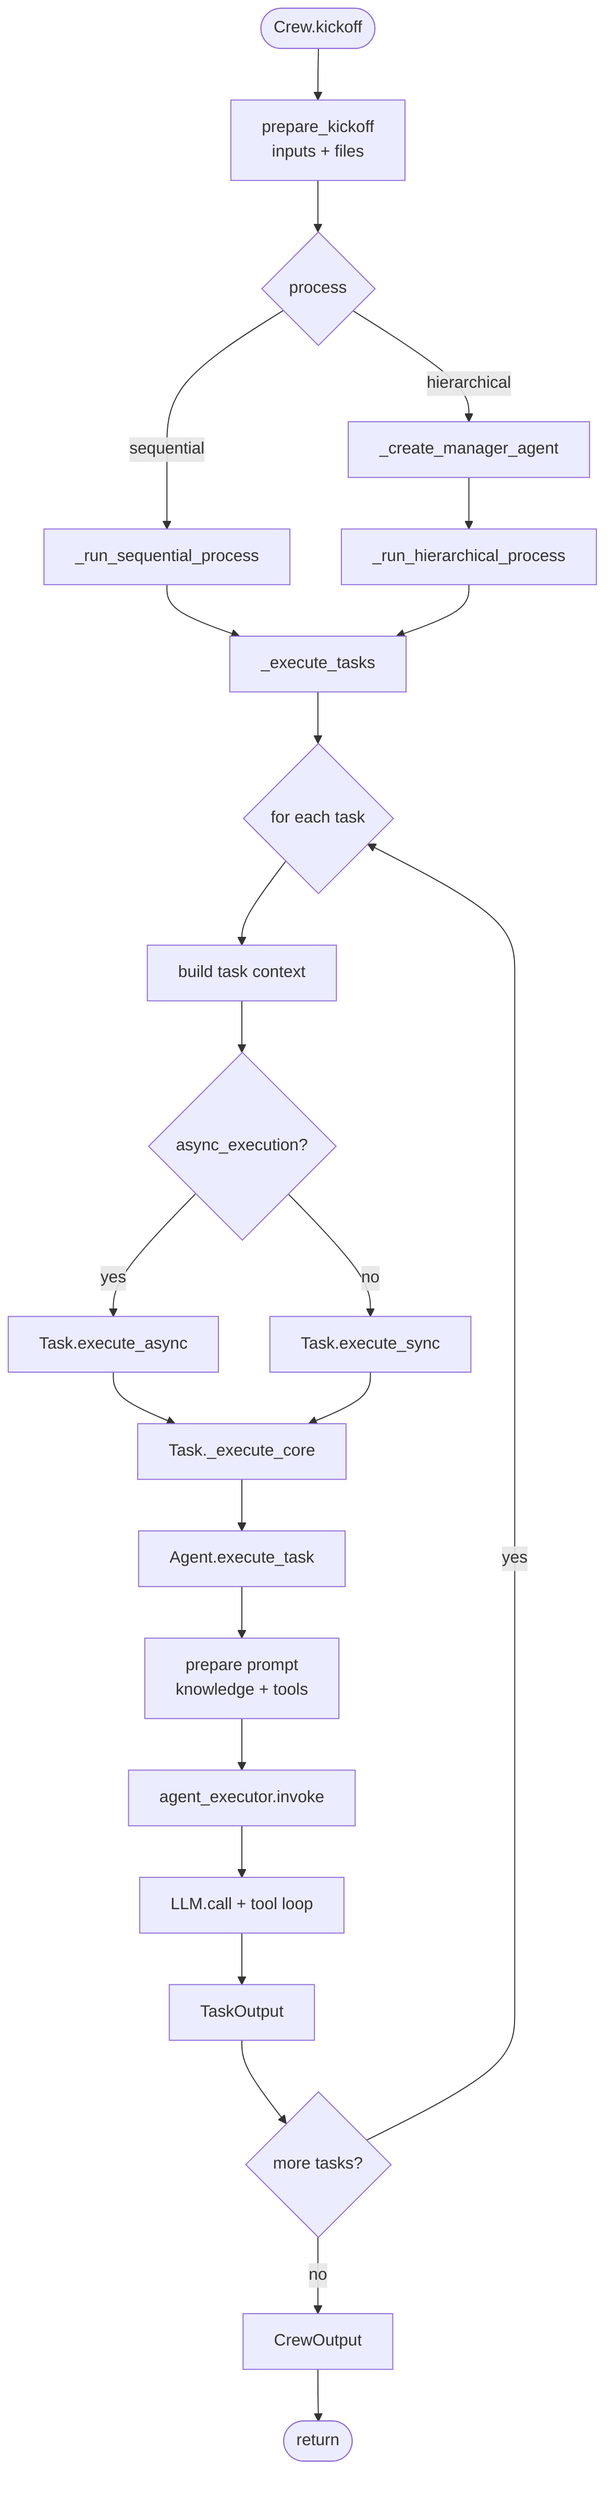
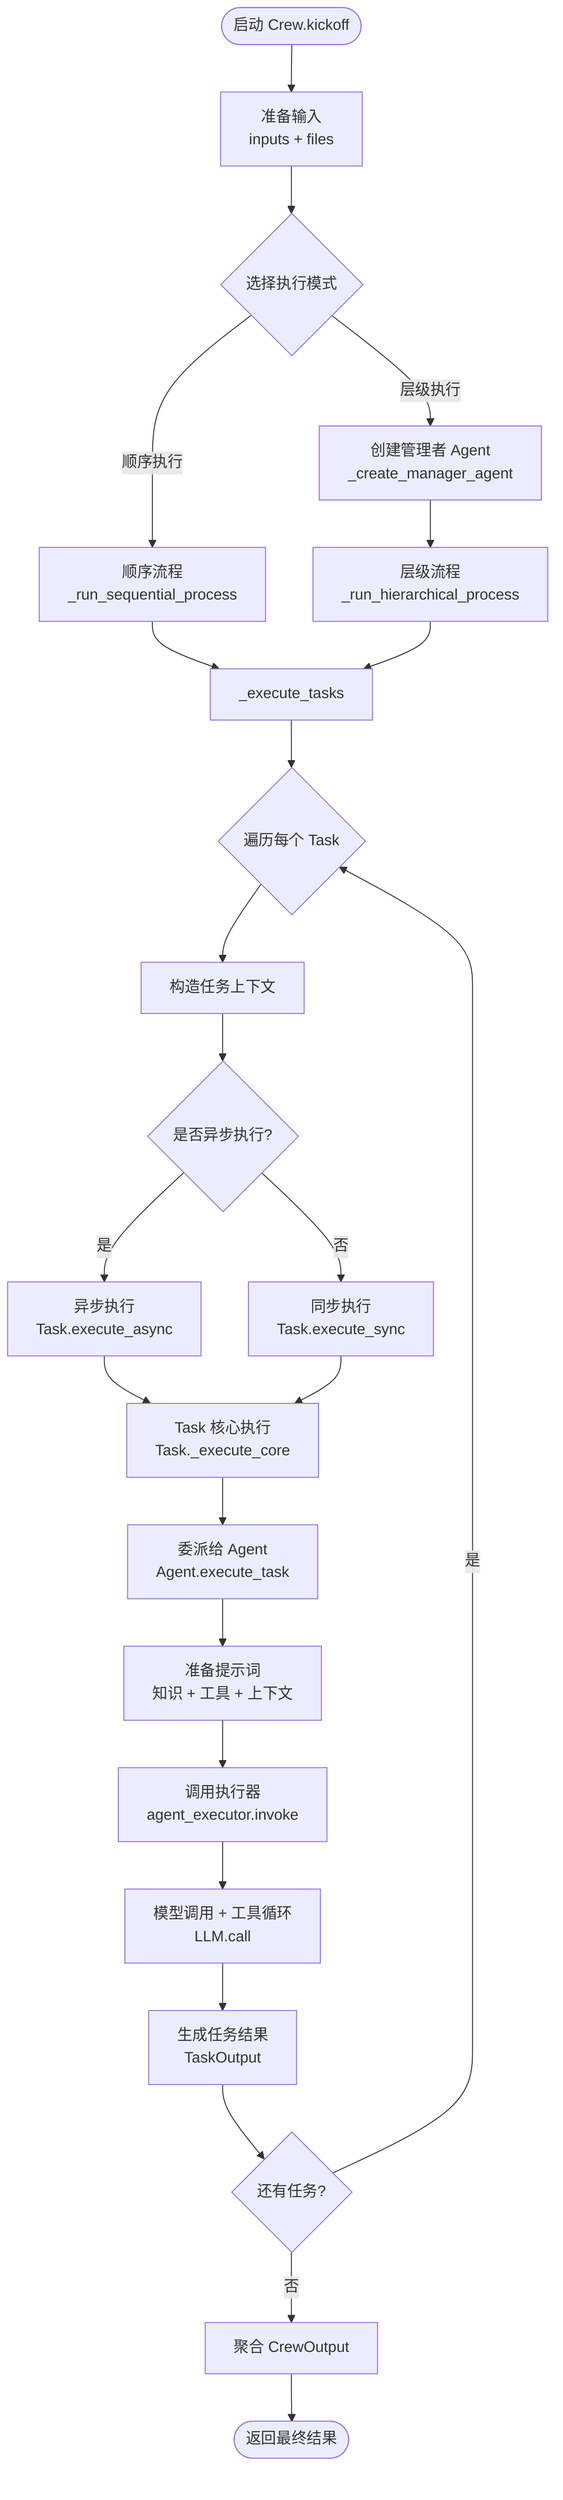
flowchart TD
-     Start([Crew.kickoff]) --> Prepare["prepare_kickoff\ninputs + files"]
-     Prepare --> Process{"process"}
-     Process -->|sequential| Seq["_run_sequential_process"]
-     Process -->|hierarchical| Manager["_create_manager_agent"]
-     Manager --> Hier["_run_hierarchical_process"]
+     Start([启动 Crew.kickoff]) --> Prepare["准备输入\ninputs + files"]
+     Prepare --> Process{"选择执行模式"}
+     Process -->|顺序执行| Seq["顺序流程\n_run_sequential_process"]
+     Process -->|层级执行| Manager["创建管理者 Agent\n_create_manager_agent"]
+     Manager --> Hier["层级流程\n_run_hierarchical_process"]
    Seq --> Execute["_execute_tasks"]
    Hier --> Execute
-     Execute --> Loop{"for each task"}
-     Loop --> Context["build task context"]
-     Context --> Async{"async_execution?"}
-     Async -->|yes| Future["Task.execute_async"]
-     Async -->|no| Sync["Task.execute_sync"]
-     Future --> TaskCore["Task._execute_core"]
+     Execute --> Loop{"遍历每个 Task"}
+     Loop --> Context["构造任务上下文"]
+     Context --> Async{"是否异步执行?"}
+     Async -->|是| Future["异步执行\nTask.execute_async"]
+     Async -->|否| Sync["同步执行\nTask.execute_sync"]
+     Future --> TaskCore["Task 核心执行\nTask._execute_core"]
    Sync --> TaskCore
-     TaskCore --> Agent["Agent.execute_task"]
-     Agent --> Prompt["prepare prompt\nknowledge + tools"]
-     Prompt --> Executor["agent_executor.invoke"]
-     Executor --> LLM["LLM.call + tool loop"]
-     LLM --> Output["TaskOutput"]
-     Output --> Next{"more tasks?"}
-     Next -->|yes| Loop
-     Next -->|no| CrewOutput["CrewOutput"]
-     CrewOutput --> End([return])
+     TaskCore --> Agent["委派给 Agent\nAgent.execute_task"]
+     Agent --> Prompt["准备提示词\n知识 + 工具 + 上下文"]
+     Prompt --> Executor["调用执行器\nagent_executor.invoke"]
+     Executor --> LLM["模型调用 + 工具循环\nLLM.call"]
+     LLM --> Output["生成任务结果\nTaskOutput"]
+     Output --> Next{"还有任务?"}
+     Next -->|是| Loop
+     Next -->|否| CrewOutput["聚合 CrewOutput"]
+     CrewOutput --> End([返回最终结果])
